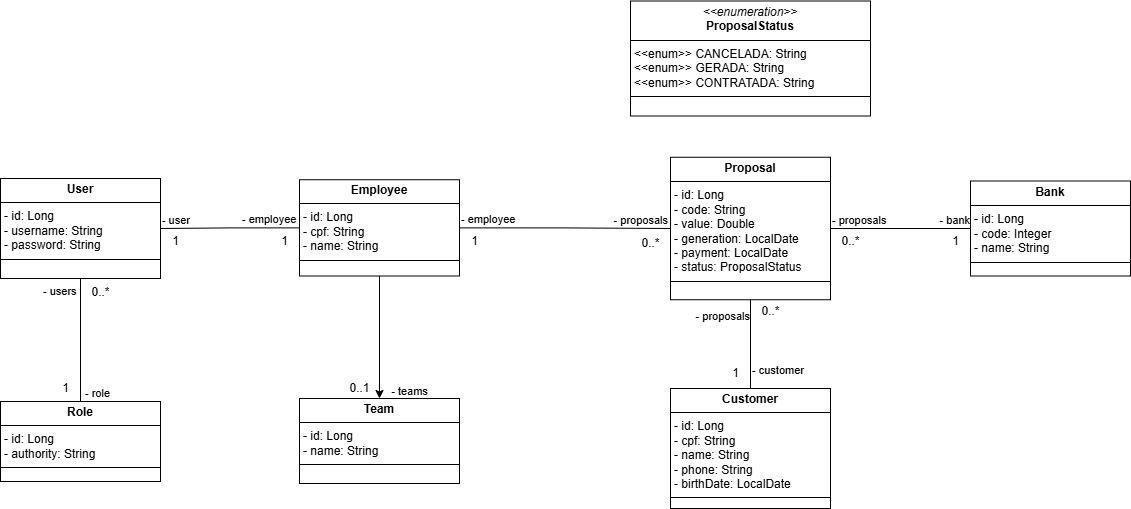
The draw.io diagram documents/diagrama_de_classe.png in Hilan-CP/spring-corban-multibancos, before a commit. Source tidied: cells renumbered, new cells last; positions are measured from the earlier drawing's top-left corner, leaving out a move shared by most shapes.
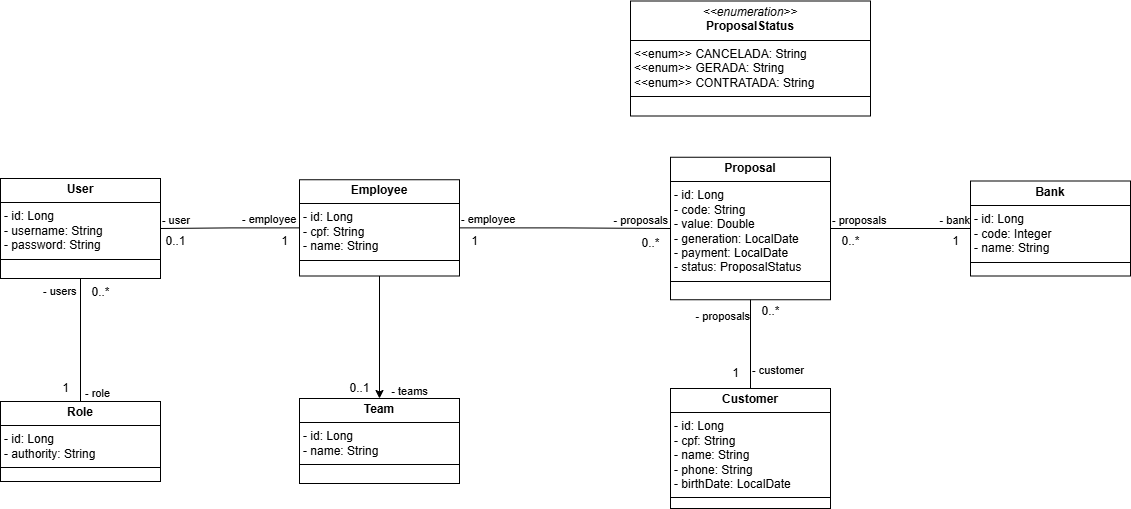
The same diagram one commit later.

Change to the diagram source:
```diff
@@ -102,8 +102,8 @@
     <mxCell id="31" value="1" style="text;html=1;align=center;verticalAlign=middle;strokeColor=none;fillColor=none;" parent="1" vertex="1">
       <mxGeometry x="269" y="225.5" width="30" height="30" as="geometry" />
     </mxCell>
-    <mxCell id="32" value="1" style="text;html=1;align=center;verticalAlign=middle;strokeColor=none;fillColor=none;" parent="1" vertex="1">
-      <mxGeometry x="160" y="226" width="30" height="30" as="geometry" />
+    <mxCell id="32" value="0..1" style="text;html=1;align=center;verticalAlign=middle;strokeColor=none;fillColor=none;" parent="1" vertex="1">
+      <mxGeometry x="155" y="226" width="40" height="30" as="geometry" />
     </mxCell>
     <mxCell id="33" style="endArrow=none;html=1;edgeStyle=orthogonalEdgeStyle;rounded=0;entryX=0.5;entryY=0;entryDx=0;entryDy=0;exitX=0.5;exitY=1;exitDx=0;exitDy=0;" parent="1" edge="1" source="27" target="26">
       <mxGeometry relative="1" as="geometry" />
```
